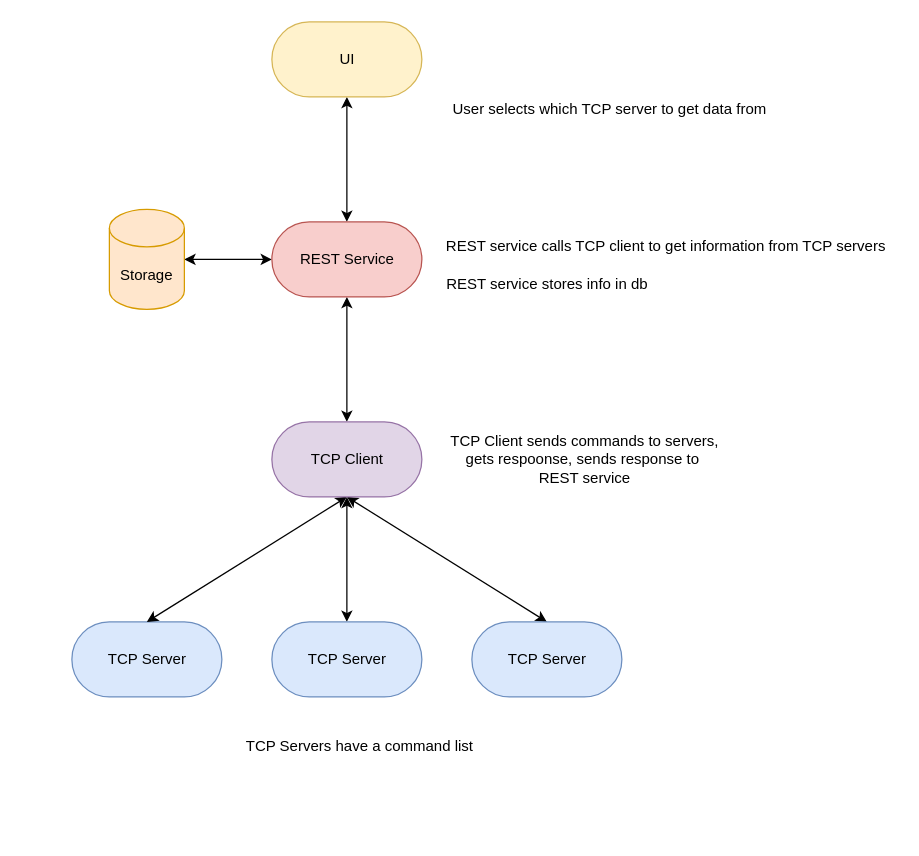
The draw.io diagram diagrams/system_top_level.drawio in hnoraa/DMI, before the edit. Source tidied: cells renumbered, new cells numbered last; positions are measured from the earlier drawing's top-left corner, leaving out a move shared by most shapes. Both pictures are drawn from the tidied source at 125%, with x=0, y=0 at pixel (71, 21).
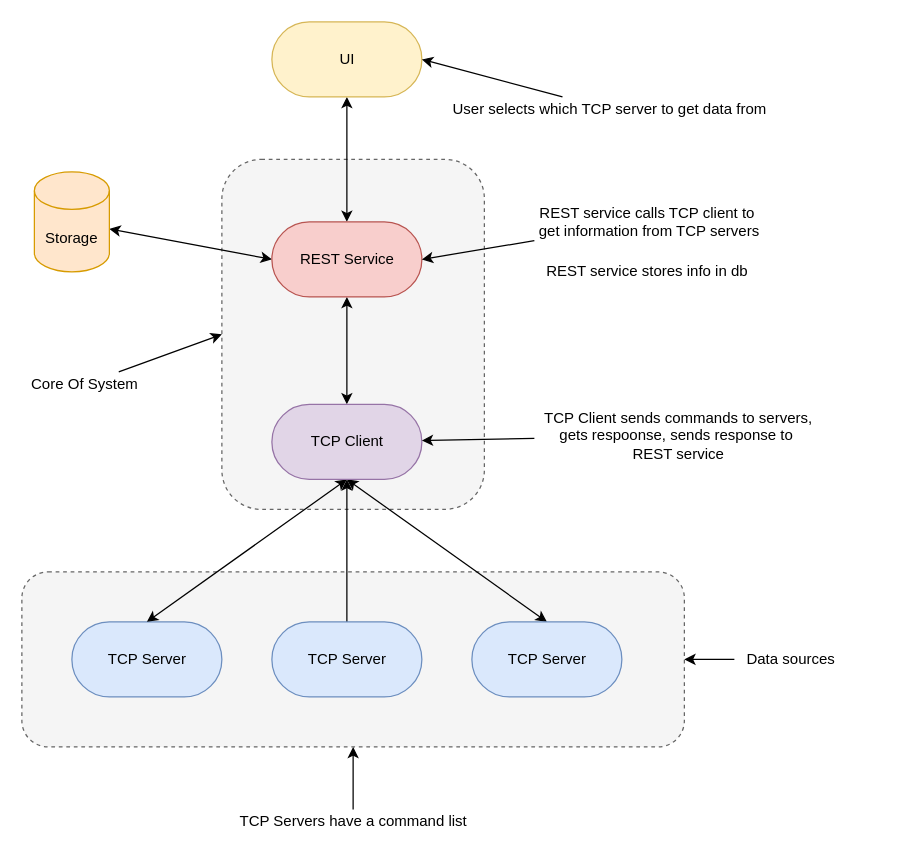
The same page after the edit.

Commit message:
updated top level diagram

Unchanged cells that the change refers to:
```xml
<mxCell id="2" value="TCP Server" style="html=1;dashed=0;whitespace=wrap;shape=mxgraph.dfd.start;fillColor=#dae8fc;strokeColor=#6c8ebf;" parent="1" vertex="1">
  <mxGeometry y="480" width="120" height="60" as="geometry" />
</mxCell>
<mxCell id="4" value="TCP Server" style="html=1;dashed=0;whitespace=wrap;shape=mxgraph.dfd.start;fillColor=#dae8fc;strokeColor=#6c8ebf;" parent="1" vertex="1">
  <mxGeometry x="160" y="480" width="120" height="60" as="geometry" />
</mxCell>
<mxCell id="12" value="REST Service" style="html=1;dashed=0;whitespace=wrap;shape=mxgraph.dfd.start;fillColor=#f8cecc;strokeColor=#b85450;" parent="1" vertex="1">
  <mxGeometry x="160" y="160" width="120" height="60" as="geometry" />
</mxCell>
<mxCell id="13" value="UI" style="html=1;dashed=0;whitespace=wrap;shape=mxgraph.dfd.start;fillColor=#fff2cc;strokeColor=#d6b656;" parent="1" vertex="1">
  <mxGeometry x="160" width="120" height="60" as="geometry" />
</mxCell>
<mxCell id="17" value="User selects which TCP server to get data from" style="text;html=1;align=center;verticalAlign=middle;points=[];" parent="1" vertex="1">
  <mxGeometry x="295" y="60" width="270" height="20" as="geometry" />
</mxCell>
```

Diff of the diagram source:
```diff
@@
+    <mxCell id="20" style="rounded=1;whiteSpace=wrap;html=1;dashed=1;fillColor=#f5f5f5;strokeColor=#666666;fontColor=#333333;" parent="1" vertex="1">
+      <mxGeometry x="-40" y="440" width="530" height="140" as="geometry" />
+    </mxCell>
+    <mxCell id="21" style="rounded=1;whiteSpace=wrap;html=1;fillColor=#f5f5f5;strokeColor=#666666;fontColor=#333333;dashed=1;" parent="1" vertex="1">
+      <mxGeometry x="120" y="110" width="210" height="280" as="geometry" />
+    </mxCell>
@@
-    <mxCell id="3" style="edgeStyle=none;rounded=0;jettySize=auto;html=1;exitX=0.5;exitY=0.5;exitDx=0;exitDy=-30;exitPerimeter=0;startArrow=classic;startFill=1;" parent="1" edge="1" source="4">
-      <mxGeometry relative="1" as="geometry">
-        <mxPoint x="220" y="380" as="targetPoint" />
-      </mxGeometry>
-    </mxCell>
+    <mxCell id="22" style="edgeStyle=orthogonalEdgeStyle;rounded=0;jettySize=auto;html=1;exitX=0.5;exitY=0.5;exitDx=0;exitDy=-30;exitPerimeter=0;entryX=0.5;entryY=0.5;entryDx=0;entryDy=30;entryPerimeter=0;" parent="1" edge="1" source="4" target="9">
+      <mxGeometry relative="1" as="geometry" />
+    </mxCell>
@@
-    <mxCell id="7" style="jettySize=auto;html=1;entryX=0.5;entryY=0.5;entryDx=0;entryDy=-30;entryPerimeter=0;rounded=0;startArrow=classic;startFill=1;" parent="1" edge="1" target="2">
-      <mxGeometry relative="1" as="geometry">
-        <mxPoint x="220" y="380" as="sourcePoint" />
-      </mxGeometry>
+    <mxCell id="7" style="jettySize=auto;html=1;entryX=0.5;entryY=0.5;entryDx=0;entryDy=-30;entryPerimeter=0;rounded=0;startArrow=classic;startFill=1;exitX=0.5;exitY=0.5;exitDx=0;exitDy=30;exitPerimeter=0;" parent="1" edge="1" source="9" target="2">
+      <mxGeometry relative="1" as="geometry" />
     </mxCell>
@@
     <mxCell id="9" value="TCP Client" style="html=1;dashed=0;whitespace=wrap;shape=mxgraph.dfd.start;fillColor=#e1d5e7;strokeColor=#9673a6;" parent="1" vertex="1">
-      <mxGeometry x="160" y="320" width="120" height="60" as="geometry" />
+      <mxGeometry x="160" y="306" width="120" height="60" as="geometry" />
     </mxCell>
@@
+    <mxCell id="23" style="edgeStyle=none;rounded=0;jettySize=auto;html=1;entryX=0.5;entryY=1;entryDx=0;entryDy=0;" parent="1" edge="1" source="14" target="20">
+      <mxGeometry relative="1" as="geometry" />
+    </mxCell>
     <mxCell id="14" value="TCP Servers have a command list" style="text;html=1;align=center;verticalAlign=middle;points=[];" parent="1" vertex="1">
-      <mxGeometry x="130" y="570" width="200" height="20" as="geometry" />
+      <mxGeometry x="125" y="630" width="200" height="20" as="geometry" />
     </mxCell>
+    <mxCell id="24" style="edgeStyle=none;rounded=0;jettySize=auto;html=1;" parent="1" edge="1" source="15" target="9">
+      <mxGeometry relative="1" as="geometry" />
+    </mxCell>
     <mxCell id="15" value="TCP Client sends commands to servers, &lt;br&gt;gets respoonse, sends response to&amp;nbsp;&lt;br&gt;REST service" style="text;html=1;align=center;verticalAlign=middle;points=[];" parent="1" vertex="1">
-      <mxGeometry x="295" y="325" width="230" height="50" as="geometry" />
+      <mxGeometry x="370" y="306" width="230" height="50" as="geometry" />
     </mxCell>
-    <mxCell id="16" value="REST service calls TCP client to get information from TCP servers" style="text;html=1;align=center;verticalAlign=middle;points=[];" parent="1" vertex="1">
-      <mxGeometry x="290" y="170" width="370" height="20" as="geometry" />
-    </mxCell>
+    <mxCell id="25" style="edgeStyle=none;rounded=0;jettySize=auto;html=1;entryX=1;entryY=0.5;entryDx=0;entryDy=0;entryPerimeter=0;" parent="1" edge="1" source="17" target="13">
+      <mxGeometry relative="1" as="geometry" />
+    </mxCell>
@@
     <mxCell id="18" value="Storage" style="shape=cylinder3;whiteSpace=wrap;html=1;boundedLbl=1;backgroundOutline=1;size=15;fillColor=#ffe6cc;strokeColor=#d79b00;" parent="1" vertex="1">
-      <mxGeometry x="30" y="150" width="60" height="80" as="geometry" />
+      <mxGeometry x="-30" y="120" width="60" height="80" as="geometry" />
     </mxCell>
+    <mxCell id="26" style="jettySize=auto;html=1;entryX=0;entryY=0.5;entryDx=0;entryDy=0;rounded=0;" parent="1" edge="1" source="27" target="21">
+      <mxGeometry relative="1" as="geometry" />
+    </mxCell>
+    <mxCell id="27" value="Core Of System" style="text;html=1;align=center;verticalAlign=middle;points=[];" parent="1" vertex="1">
+      <mxGeometry x="-40" y="280" width="100" height="20" as="geometry" />
+    </mxCell>
+    <mxCell id="28" style="group;" parent="1" vertex="1">
+      <mxGeometry x="360" y="145" width="200" height="65" as="geometry" />
+    </mxCell>
+    <mxCell id="16" value="REST service calls TCP client to&lt;br&gt;&amp;nbsp;get information from TCP servers" style="text;html=1;align=center;verticalAlign=middle;points=[];" parent="28" vertex="1">
+      <mxGeometry width="200" height="30" as="geometry" />
+    </mxCell>
-    <mxCell id="19" value="REST service stores info in db" style="text;html=1;align=center;verticalAlign=middle;" parent="1" vertex="1">
-      <mxGeometry x="290" y="200" width="180" height="20" as="geometry" />
+    <mxCell id="19" value="REST service stores info in db" style="text;html=1;align=center;verticalAlign=middle;" parent="28" vertex="1">
+      <mxGeometry x="10" y="45" width="180" height="20" as="geometry" />
     </mxCell>
+    <mxCell id="29" style="edgeStyle=none;rounded=0;jettySize=auto;html=1;entryX=1;entryY=0.5;entryDx=0;entryDy=0;entryPerimeter=0;" parent="1" edge="1" source="16" target="12">
+      <mxGeometry relative="1" as="geometry" />
+    </mxCell>
+    <mxCell id="30" style="edgeStyle=none;rounded=0;jettySize=auto;html=1;entryX=1;entryY=0.5;entryDx=0;entryDy=0;" parent="1" edge="1" source="31" target="20">
+      <mxGeometry relative="1" as="geometry" />
+    </mxCell>
+    <mxCell id="31" value="Data sources" style="text;html=1;align=center;verticalAlign=middle;points=[];" parent="1" vertex="1">
+      <mxGeometry x="530" y="500" width="90" height="20" as="geometry" />
+    </mxCell>
```
